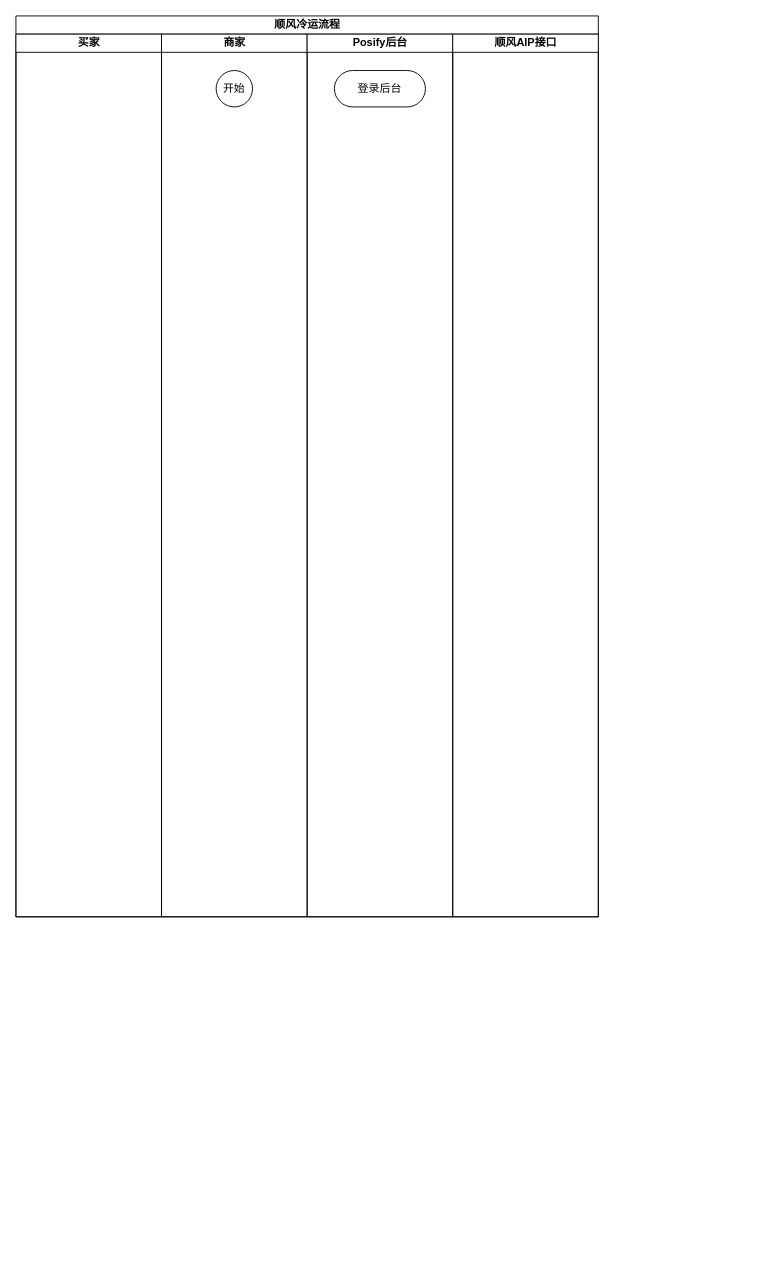
Earlier version of the draw.io diagram Untitled Diagram.drawio (w2kme/web). Source tidied: cells renumbered, new cells numbered last; positions are measured from the earlier drawing's top-left corner, leaving out a move shared by most shapes. Both pictures are drawn from the tidied source at 91%, with x=0, y=0 at pixel (15, 15).
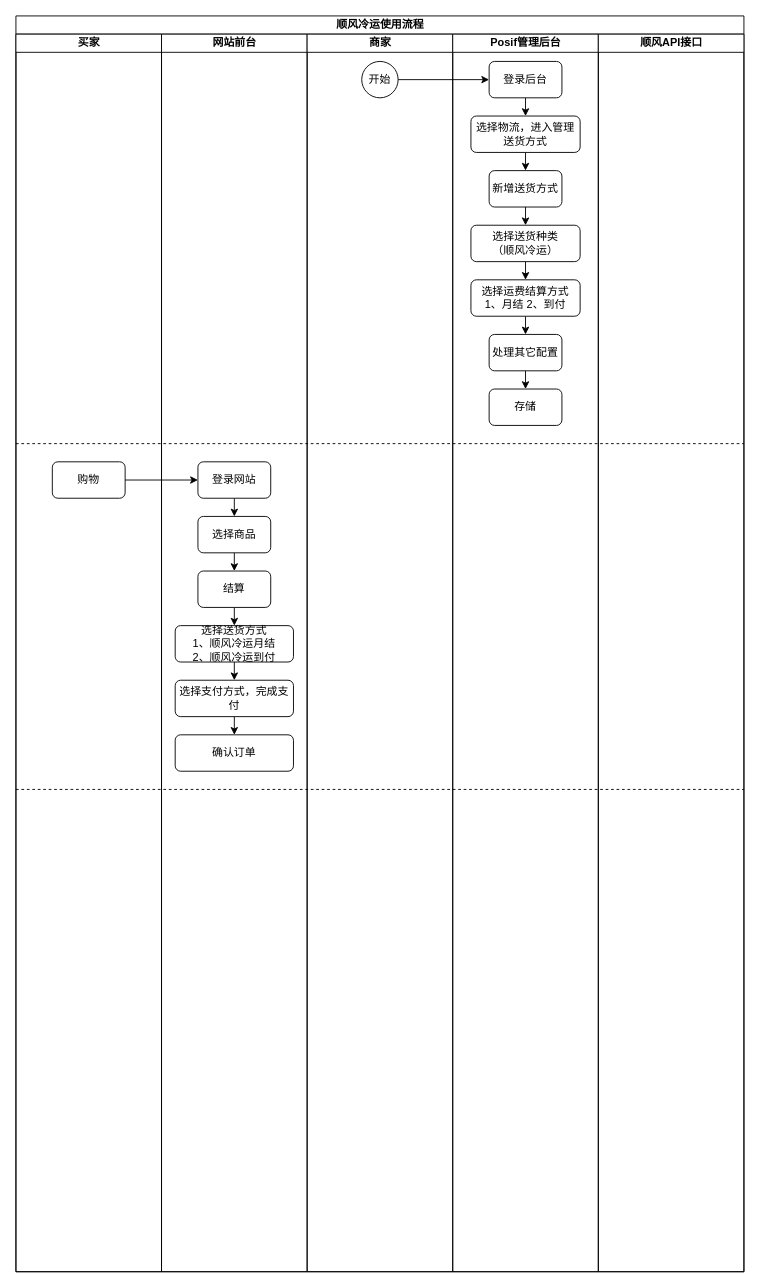
The same page after the edit.

The edit, as a diff of the source:
```diff
@@
-    <mxCell id="2" value="顺风冷运流程" style="swimlane;html=1;startSize=20;rounded=0;shadow=0;comic=0;labelBackgroundColor=none;strokeWidth=1;fontFamily=Verdana;fontSize=12;align=center;" parent="1" vertex="1">
-      <mxGeometry width="640" height="990" as="geometry" />
+    <mxCell id="2" value="顺风冷运使用流程" style="swimlane;html=1;startSize=20;rounded=0;shadow=0;comic=0;labelBackgroundColor=none;strokeWidth=1;fontFamily=Verdana;fontSize=12;align=center;" parent="1" vertex="1">
+      <mxGeometry width="800" height="1380" as="geometry" />
     </mxCell>
     <mxCell id="3" value="买家" style="swimlane;html=1;startSize=20;" parent="2" vertex="1">
-      <mxGeometry y="20" width="160" height="970" as="geometry" />
+      <mxGeometry y="20" width="160" height="1360" as="geometry" />
     </mxCell>
+    <mxCell id="9" style="endArrow=none;dashed=1;html=1;rounded=0;" parent="3" edge="1">
+      <mxGeometry relative="1" as="geometry">
+        <mxPoint y="450" as="sourcePoint" />
+        <mxPoint x="800" y="450" as="targetPoint" />
+      </mxGeometry>
+    </mxCell>
+    <mxCell id="10" value="购物" style="rounded=1;whiteSpace=wrap;html=1;" parent="3" vertex="1">
+      <mxGeometry x="40" y="470" width="80" height="40" as="geometry" />
+    </mxCell>
-    <mxCell id="4" value="商家" style="swimlane;html=1;startSize=20;" parent="2" vertex="1">
-      <mxGeometry x="160" y="20" width="160" height="970" as="geometry" />
+    <mxCell id="4" value="网站前台" style="swimlane;html=1;startSize=20;" parent="2" vertex="1">
+      <mxGeometry x="160" y="20" width="160" height="1360" as="geometry" />
     </mxCell>
     <mxCell id="5" value="开始" style="ellipse;whiteSpace=wrap;html=1;" parent="4" vertex="1">
-      <mxGeometry x="60" y="40" width="40" height="40" as="geometry" />
+      <mxGeometry x="220" y="30" width="40" height="40" as="geometry" />
     </mxCell>
+    <mxCell id="11" style="edgeStyle=orthogonalEdgeStyle;rounded=0;jettySize=auto;html=1;exitX=0.5;exitY=1;exitDx=0;exitDy=0;entryX=0.5;entryY=0;entryDx=0;entryDy=0;" parent="4" edge="1" source="12" target="14">
+      <mxGeometry relative="1" as="geometry" />
+    </mxCell>
+    <mxCell id="12" value="登录网站" style="rounded=1;whiteSpace=wrap;html=1;" parent="4" vertex="1">
+      <mxGeometry x="40" y="470" width="80" height="40" as="geometry" />
+    </mxCell>
+    <mxCell id="13" style="edgeStyle=orthogonalEdgeStyle;rounded=0;jettySize=auto;html=1;exitX=0.5;exitY=1;exitDx=0;exitDy=0;entryX=0.5;entryY=0;entryDx=0;entryDy=0;" parent="4" edge="1" source="14" target="16">
+      <mxGeometry relative="1" as="geometry" />
+    </mxCell>
+    <mxCell id="14" value="选择商品" style="rounded=1;whiteSpace=wrap;html=1;" parent="4" vertex="1">
+      <mxGeometry x="40" y="530" width="80" height="40" as="geometry" />
+    </mxCell>
+    <mxCell id="15" style="edgeStyle=orthogonalEdgeStyle;rounded=0;jettySize=auto;html=1;exitX=0.5;exitY=1;exitDx=0;exitDy=0;entryX=0.5;entryY=0;entryDx=0;entryDy=0;" parent="4" edge="1" source="16" target="18">
+      <mxGeometry relative="1" as="geometry" />
+    </mxCell>
+    <mxCell id="16" value="结算" style="rounded=1;whiteSpace=wrap;html=1;" parent="4" vertex="1">
+      <mxGeometry x="40" y="590" width="80" height="40" as="geometry" />
+    </mxCell>
+    <mxCell id="17" style="edgeStyle=orthogonalEdgeStyle;rounded=0;jettySize=auto;html=1;exitX=0.5;exitY=1;exitDx=0;exitDy=0;entryX=0.5;entryY=0;entryDx=0;entryDy=0;" parent="4" edge="1" source="18" target="20">
+      <mxGeometry relative="1" as="geometry" />
+    </mxCell>
+    <mxCell id="18" value="&lt;div&gt;选择送货方式&lt;/div&gt;&lt;div&gt;1、顺风冷运月结&lt;/div&gt;&lt;div&gt;2、顺风冷运到付&lt;/div&gt;" style="rounded=1;whiteSpace=wrap;html=1;" parent="4" vertex="1">
+      <mxGeometry x="15" y="650" width="130" height="40" as="geometry" />
+    </mxCell>
+    <mxCell id="19" style="edgeStyle=orthogonalEdgeStyle;rounded=0;jettySize=auto;html=1;exitX=0.5;exitY=1;exitDx=0;exitDy=0;entryX=0.5;entryY=0;entryDx=0;entryDy=0;" parent="4" edge="1" source="20" target="21">
+      <mxGeometry relative="1" as="geometry" />
+    </mxCell>
+    <mxCell id="20" value="选择支付方式，完成支付" style="rounded=1;whiteSpace=wrap;html=1;" parent="4" vertex="1">
+      <mxGeometry x="15" y="710" width="130" height="40" as="geometry" />
+    </mxCell>
+    <mxCell id="21" value="确认订单" style="rounded=1;whiteSpace=wrap;html=1;" parent="4" vertex="1">
+      <mxGeometry x="15" y="770" width="130" height="40" as="geometry" />
+    </mxCell>
-    <mxCell id="6" value="Posify后台" style="swimlane;html=1;startSize=20;" parent="2" vertex="1">
-      <mxGeometry x="320" y="20" width="160" height="970" as="geometry" />
+    <mxCell id="6" value="商家" style="swimlane;html=1;startSize=20;" parent="2" vertex="1">
+      <mxGeometry x="320" y="20" width="160" height="1360" as="geometry" />
     </mxCell>
+    <mxCell id="22" style="edgeStyle=orthogonalEdgeStyle;rounded=0;jettySize=auto;html=1;exitX=0.5;exitY=1;exitDx=0;exitDy=0;entryX=0.5;entryY=0;entryDx=0;entryDy=0;" parent="6" edge="1" source="7" target="24">
+      <mxGeometry relative="1" as="geometry" />
+    </mxCell>
-    <mxCell id="7" value="登录后台" style="rounded=1;whiteSpace=wrap;html=1;shadow=0;comic=0;labelBackgroundColor=none;strokeWidth=1;fontFamily=Verdana;fontSize=12;align=center;arcSize=50;" parent="6" vertex="1">
-      <mxGeometry x="30" y="40" width="100" height="40" as="geometry" />
+    <mxCell id="7" value="登录后台" style="rounded=1;whiteSpace=wrap;html=1;" parent="6" vertex="1">
+      <mxGeometry x="200" y="30" width="80" height="40" as="geometry" />
     </mxCell>
+    <mxCell id="23" style="edgeStyle=orthogonalEdgeStyle;rounded=0;jettySize=auto;html=1;exitX=0.5;exitY=1;exitDx=0;exitDy=0;entryX=0.5;entryY=0;entryDx=0;entryDy=0;" parent="6" edge="1" source="24" target="26">
+      <mxGeometry relative="1" as="geometry" />
+    </mxCell>
+    <mxCell id="24" value="选择物流，进入管理送货方式" style="rounded=1;whiteSpace=wrap;html=1;" parent="6" vertex="1">
+      <mxGeometry x="180" y="90" width="120" height="40" as="geometry" />
+    </mxCell>
+    <mxCell id="25" style="edgeStyle=orthogonalEdgeStyle;rounded=0;jettySize=auto;html=1;exitX=0.5;exitY=1;exitDx=0;exitDy=0;entryX=0.5;entryY=0;entryDx=0;entryDy=0;" parent="6" edge="1" source="26" target="28">
+      <mxGeometry relative="1" as="geometry" />
+    </mxCell>
+    <mxCell id="26" value="新增送货方式" style="rounded=1;whiteSpace=wrap;html=1;" parent="6" vertex="1">
+      <mxGeometry x="200" y="150" width="80" height="40" as="geometry" />
+    </mxCell>
+    <mxCell id="27" style="edgeStyle=orthogonalEdgeStyle;rounded=0;jettySize=auto;html=1;exitX=0.5;exitY=1;exitDx=0;exitDy=0;entryX=0.5;entryY=0;entryDx=0;entryDy=0;" parent="6" edge="1" source="28" target="30">
+      <mxGeometry relative="1" as="geometry" />
+    </mxCell>
+    <mxCell id="28" value="&lt;div&gt;选择送货种类&lt;/div&gt;&lt;div&gt;（顺风冷运）&lt;br&gt;&lt;/div&gt;" style="rounded=1;whiteSpace=wrap;html=1;" parent="6" vertex="1">
+      <mxGeometry x="180" y="210" width="120" height="40" as="geometry" />
+    </mxCell>
+    <mxCell id="29" style="edgeStyle=orthogonalEdgeStyle;rounded=0;jettySize=auto;html=1;exitX=0.5;exitY=1;exitDx=0;exitDy=0;entryX=0.5;entryY=0;entryDx=0;entryDy=0;" parent="6" edge="1" source="30" target="32">
+      <mxGeometry relative="1" as="geometry" />
+    </mxCell>
+    <mxCell id="30" value="&lt;div&gt;选择运费结算方式&lt;/div&gt;&lt;div&gt;1、月结 2、到付&lt;br&gt;&lt;/div&gt;" style="rounded=1;whiteSpace=wrap;html=1;" parent="6" vertex="1">
+      <mxGeometry x="180" y="270" width="120" height="40" as="geometry" />
+    </mxCell>
+    <mxCell id="31" style="edgeStyle=orthogonalEdgeStyle;rounded=0;jettySize=auto;html=1;exitX=0.5;exitY=1;exitDx=0;exitDy=0;entryX=0.5;entryY=0;entryDx=0;entryDy=0;" parent="6" edge="1" source="32" target="33">
+      <mxGeometry relative="1" as="geometry" />
+    </mxCell>
+    <mxCell id="32" value="处理其它配置" style="rounded=1;whiteSpace=wrap;html=1;" parent="6" vertex="1">
+      <mxGeometry x="200" y="330" width="80" height="40" as="geometry" />
+    </mxCell>
+    <mxCell id="33" value="存储" style="rounded=1;whiteSpace=wrap;html=1;" parent="6" vertex="1">
+      <mxGeometry x="200" y="390" width="80" height="40" as="geometry" />
+    </mxCell>
+    <mxCell id="34" style="endArrow=none;dashed=1;html=1;rounded=0;" parent="6" edge="1">
+      <mxGeometry relative="1" as="geometry">
+        <mxPoint x="-320" y="830" as="sourcePoint" />
+        <mxPoint x="480" y="830" as="targetPoint" />
+      </mxGeometry>
+    </mxCell>
+    <mxCell id="35" style="edgeStyle=orthogonalEdgeStyle;rounded=0;jettySize=auto;html=1;exitX=1;exitY=0.5;exitDx=0;exitDy=0;entryX=0;entryY=0.5;entryDx=0;entryDy=0;" parent="2" edge="1" source="5" target="7">
+      <mxGeometry relative="1" as="geometry" />
+    </mxCell>
-    <mxCell id="8" value="顺风AIP接口" style="swimlane;html=1;startSize=20;" parent="2" vertex="1">
-      <mxGeometry x="480" y="20" width="160" height="970" as="geometry" />
+    <mxCell id="8" value="Posif管理后台" style="swimlane;html=1;startSize=20;" parent="2" vertex="1">
+      <mxGeometry x="480" y="20" width="160" height="1360" as="geometry" />
     </mxCell>
+    <mxCell id="36" value="顺风API接口" style="swimlane;html=1;startSize=20;" parent="2" vertex="1">
+      <mxGeometry x="640" y="20" width="160" height="1360" as="geometry" />
+    </mxCell>
+    <mxCell id="37" style="edgeStyle=orthogonalEdgeStyle;rounded=0;jettySize=auto;html=1;exitX=1;exitY=0.5;exitDx=0;exitDy=0;entryX=0;entryY=0.5;entryDx=0;entryDy=0;" parent="2" edge="1" source="10" target="12">
+      <mxGeometry relative="1" as="geometry" />
+    </mxCell>
```
